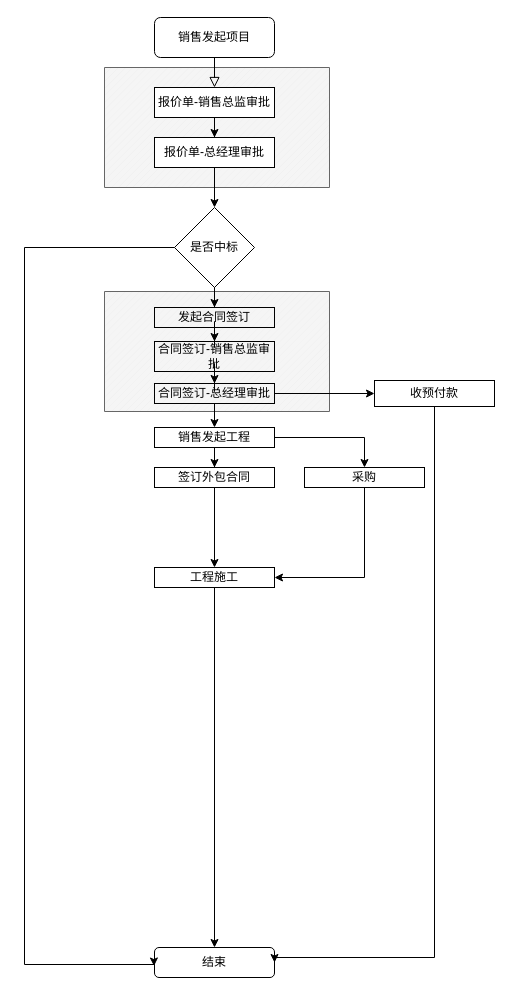
Earlier version of the draw.io diagram Untitled Diagram.drawio (htpan610/auto_answer1). Source tidied: cells renumbered, new cells numbered last; positions are measured from the earlier drawing's top-left corner, leaving out a move shared by most shapes. Both pictures are drawn from the tidied source at 100%, with x=0, y=0 at pixel (24, 17).
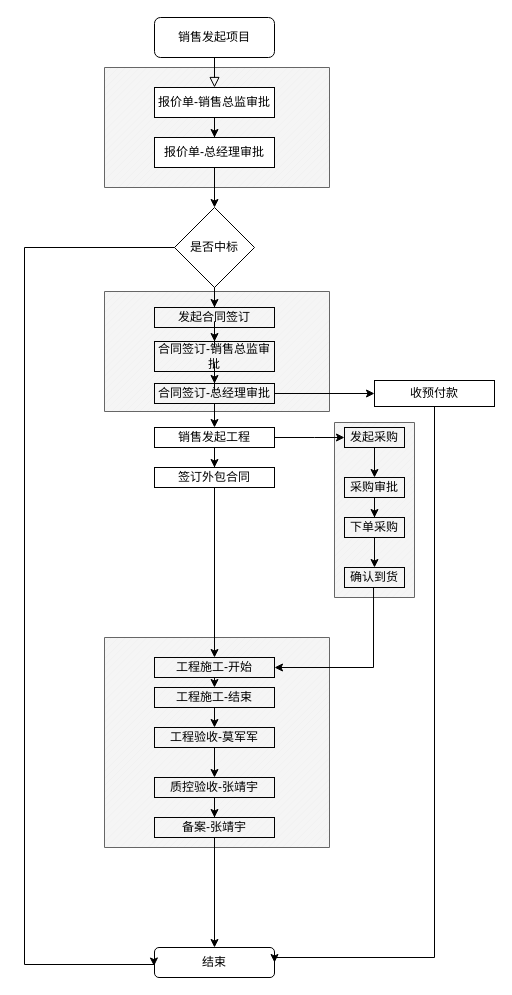
The same diagram, later.

The change refers to these unchanged cells:
```xml
<mxCell id="13" value="结束" style="rounded=1;whiteSpace=wrap;html=1;fillColor=none;" parent="1" vertex="1">
  <mxGeometry x="130" y="930" width="120" height="30" as="geometry" />
</mxCell>
<mxCell id="25" value="销售发起工程" style="whiteSpace=wrap;html=1;fillColor=none;" parent="1" vertex="1">
  <mxGeometry x="130" y="410" width="120" height="20" as="geometry" />
</mxCell>
```

Change to the diagram source:
```diff
@@
+    <mxCell id="32" style="verticalLabelPosition=bottom;verticalAlign=top;html=1;shape=mxgraph.basic.patternFillRect;fillStyle=diag;step=5;fillStrokeWidth=0.2;fillStrokeColor=#dddddd;fillColor=#f5f5f5;strokeColor=#666666;fontColor=#333333;" parent="1" vertex="1">
+      <mxGeometry x="310" y="405" width="80" height="175" as="geometry" />
+    </mxCell>
+    <mxCell id="33" style="verticalLabelPosition=bottom;verticalAlign=top;html=1;shape=mxgraph.basic.patternFillRect;fillStyle=diag;step=5;fillStrokeWidth=0.2;fillStrokeColor=#dddddd;fillColor=#f5f5f5;strokeColor=#666666;fontColor=#333333;" parent="1" vertex="1">
+      <mxGeometry x="80" y="620" width="225" height="210" as="geometry" />
+    </mxCell>
@@
-    <mxCell id="24" style="edgeStyle=orthogonalEdgeStyle;rounded=0;jettySize=auto;html=1;entryX=0.5;entryY=0;entryDx=0;entryDy=0;" parent="1" edge="1" source="25" target="31">
-      <mxGeometry relative="1" as="geometry" />
+    <mxCell id="24" style="edgeStyle=orthogonalEdgeStyle;rounded=0;jettySize=auto;html=1;entryX=0;entryY=0.5;entryDx=0;entryDy=0;" parent="1" edge="1" source="25" target="31">
+      <mxGeometry relative="1" as="geometry">
+        <Array as="points">
+          <mxPoint x="290" y="420" />
+          <mxPoint x="290" y="420" />
+        </Array>
+      </mxGeometry>
     </mxCell>
@@
-    <mxCell id="28" style="edgeStyle=orthogonalEdgeStyle;rounded=0;jettySize=auto;html=1;" parent="1" edge="1" source="29" target="13">
+    <mxCell id="28" style="edgeStyle=orthogonalEdgeStyle;rounded=0;jettySize=auto;html=1;exitX=0.5;exitY=1;exitDx=0;exitDy=0;" parent="1" edge="1" source="42" target="13">
       <mxGeometry relative="1" as="geometry" />
     </mxCell>
+    <mxCell id="34" style="edgeStyle=orthogonalEdgeStyle;rounded=0;jettySize=auto;html=1;exitX=0.5;exitY=1;exitDx=0;exitDy=0;entryX=0.5;entryY=0;entryDx=0;entryDy=0;" parent="1" edge="1" source="29" target="37">
+      <mxGeometry relative="1" as="geometry" />
+    </mxCell>
-    <mxCell id="29" value="工程施工" style="whiteSpace=wrap;html=1;fillColor=none;" parent="1" vertex="1">
-      <mxGeometry x="130" y="550" width="120" height="20" as="geometry" />
+    <mxCell id="29" value="工程施工-开始" style="whiteSpace=wrap;html=1;fillColor=none;" parent="1" vertex="1">
+      <mxGeometry x="130" y="640" width="120" height="20" as="geometry" />
     </mxCell>
-    <mxCell id="30" style="edgeStyle=orthogonalEdgeStyle;rounded=0;jettySize=auto;html=1;entryX=1;entryY=0.5;entryDx=0;entryDy=0;" parent="1" edge="1" source="31" target="29">
-      <mxGeometry relative="1" as="geometry">
-        <Array as="points">
-          <mxPoint x="340" y="560" />
-        </Array>
-      </mxGeometry>
-    </mxCell>
+    <mxCell id="35" style="edgeStyle=orthogonalEdgeStyle;rounded=0;jettySize=auto;html=1;" parent="1" edge="1" source="31" target="44">
+      <mxGeometry relative="1" as="geometry" />
+    </mxCell>
-    <mxCell id="31" value="采购" style="whiteSpace=wrap;html=1;fillColor=none;" parent="1" vertex="1">
-      <mxGeometry x="280" y="450" width="120" height="20" as="geometry" />
+    <mxCell id="31" value="发起采购" style="whiteSpace=wrap;html=1;fillColor=none;" parent="1" vertex="1">
+      <mxGeometry x="320" y="410" width="60" height="20" as="geometry" />
     </mxCell>
+    <mxCell id="36" style="edgeStyle=orthogonalEdgeStyle;rounded=0;jettySize=auto;html=1;exitX=0.5;exitY=1;exitDx=0;exitDy=0;entryX=0.5;entryY=0;entryDx=0;entryDy=0;" parent="1" edge="1" source="37" target="39">
+      <mxGeometry relative="1" as="geometry" />
+    </mxCell>
+    <mxCell id="37" value="工程施工-结束" style="whiteSpace=wrap;html=1;fillColor=none;" parent="1" vertex="1">
+      <mxGeometry x="130" y="670" width="120" height="20" as="geometry" />
+    </mxCell>
+    <mxCell id="38" style="edgeStyle=orthogonalEdgeStyle;rounded=0;jettySize=auto;html=1;" parent="1" edge="1" source="39" target="41">
+      <mxGeometry relative="1" as="geometry" />
+    </mxCell>
+    <mxCell id="39" value="工程验收-莫军军" style="whiteSpace=wrap;html=1;fillColor=none;" parent="1" vertex="1">
+      <mxGeometry x="130" y="710" width="120" height="20" as="geometry" />
+    </mxCell>
+    <mxCell id="40" style="edgeStyle=orthogonalEdgeStyle;rounded=0;jettySize=auto;html=1;" parent="1" edge="1" source="41" target="42">
+      <mxGeometry relative="1" as="geometry" />
+    </mxCell>
+    <mxCell id="41" value="质控验收-张靖宇" style="whiteSpace=wrap;html=1;fillColor=none;" parent="1" vertex="1">
+      <mxGeometry x="130" y="760" width="120" height="20" as="geometry" />
+    </mxCell>
+    <mxCell id="42" value="备案-张靖宇" style="whiteSpace=wrap;html=1;fillColor=none;" parent="1" vertex="1">
+      <mxGeometry x="130" y="800" width="120" height="20" as="geometry" />
+    </mxCell>
+    <mxCell id="43" style="edgeStyle=orthogonalEdgeStyle;rounded=0;jettySize=auto;html=1;" parent="1" edge="1" source="44" target="46">
+      <mxGeometry relative="1" as="geometry" />
+    </mxCell>
+    <mxCell id="44" value="采购审批" style="whiteSpace=wrap;html=1;fillColor=none;" parent="1" vertex="1">
+      <mxGeometry x="320" y="460" width="60" height="20" as="geometry" />
+    </mxCell>
+    <mxCell id="45" style="edgeStyle=orthogonalEdgeStyle;rounded=0;jettySize=auto;html=1;" parent="1" edge="1" source="46" target="48">
+      <mxGeometry relative="1" as="geometry" />
+    </mxCell>
+    <mxCell id="46" value="下单采购" style="whiteSpace=wrap;html=1;fillColor=none;" parent="1" vertex="1">
+      <mxGeometry x="320" y="500" width="60" height="20" as="geometry" />
+    </mxCell>
+    <mxCell id="47" style="edgeStyle=orthogonalEdgeStyle;rounded=0;jettySize=auto;html=1;exitX=0.488;exitY=0.943;exitDx=0;exitDy=0;entryX=1;entryY=0.5;entryDx=0;entryDy=0;exitPerimeter=0;" parent="1" edge="1" source="32" target="29">
+      <mxGeometry relative="1" as="geometry">
+        <Array as="points">
+          <mxPoint x="349" y="650" />
+        </Array>
+      </mxGeometry>
+    </mxCell>
+    <mxCell id="48" value="确认到货" style="whiteSpace=wrap;html=1;fillColor=none;" parent="1" vertex="1">
+      <mxGeometry x="320" y="550" width="60" height="20" as="geometry" />
+    </mxCell>
```
